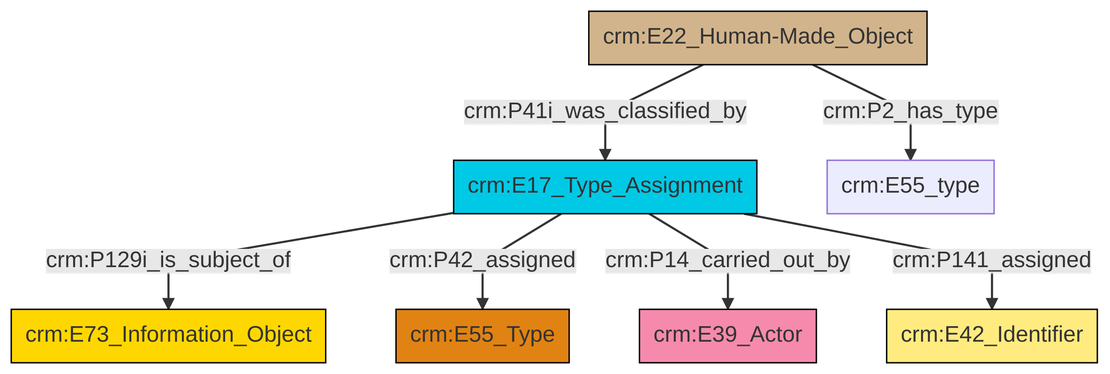
The Mermaid diagram et/builtWorkCSV/ttl/mmd/png/Built_Work_designation_status.png in swiss-art-research-net/reference-data-models, before a commit. Its source is kept beside it as et/builtWorkCSV/ttl/mmd/Built_Work_designation_status.ttl.mmd.
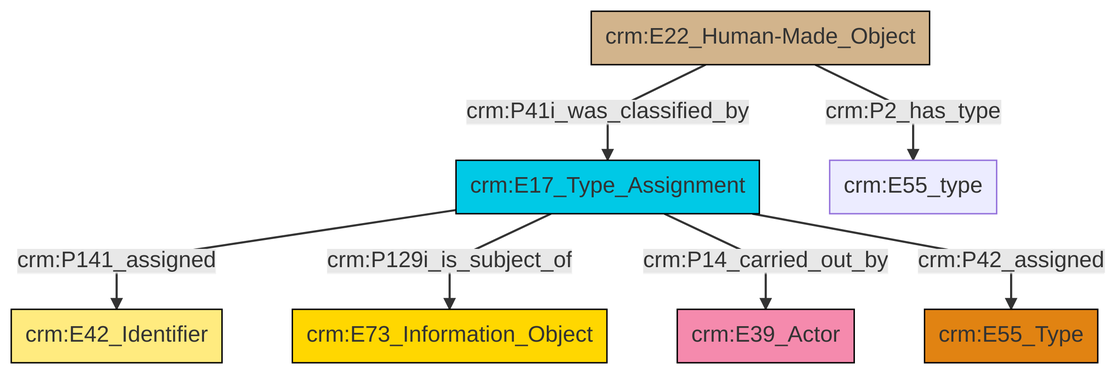
The same file after the commit.

Diff of the diagram source:
```diff
@@ -13,9 +13,9 @@
 classDef PC_Classes fill:#4ce600, stroke:#000000;
 classDef Multi fill:#cccccc,stroke:#000000;
 
-2["crm:E17_Type_Assignment"]:::Temporal_Entity -->|crm:P129i_is_subject_of| 3["crm:E73_Information_Object"]:::Conceptual_Object
-2["crm:E17_Type_Assignment"]:::Temporal_Entity -->|crm:P42_assigned| 4["crm:E55_Type"]:::Type
-2["crm:E17_Type_Assignment"]:::Temporal_Entity -->|crm:P14_carried_out_by| 5["crm:E39_Actor"]:::Actor
-0["crm:E22_Human-Made_Object"]:::Physical_Thing -->|crm:P41i_was_classified_by| 2["crm:E17_Type_Assignment"]:::Temporal_Entity
-0["crm:E22_Human-Made_Object"]:::Physical_Thing -->|crm:P2_has_type| 10["crm:E55_type"]:::Default
-2["crm:E17_Type_Assignment"]:::Temporal_Entity -->|crm:P141_assigned| 6["crm:E42_Identifier"]:::Appellation
+0["crm:E17_Type_Assignment"]:::Temporal_Entity -->|crm:P141_assigned| 1["crm:E42_Identifier"]:::Appellation
+0["crm:E17_Type_Assignment"]:::Temporal_Entity -->|crm:P129i_is_subject_of| 5["crm:E73_Information_Object"]:::Conceptual_Object
+0["crm:E17_Type_Assignment"]:::Temporal_Entity -->|crm:P14_carried_out_by| 10["crm:E39_Actor"]:::Actor
+0["crm:E17_Type_Assignment"]:::Temporal_Entity -->|crm:P42_assigned| 2["crm:E55_Type"]:::Type
+8["crm:E22_Human-Made_Object"]:::Physical_Thing -->|crm:P41i_was_classified_by| 0["crm:E17_Type_Assignment"]:::Temporal_Entity
+8["crm:E22_Human-Made_Object"]:::Physical_Thing -->|crm:P2_has_type| 12["crm:E55_type"]:::Default
```
